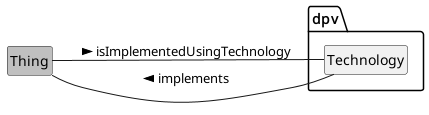
Above: diagrams/overview_Technology.png in jeswr/dpv (PlantUML), before the change. Its source is kept beside it as 2.0/diagrams/plantuml/overview_Technology.plantuml. Source of this version:
```plantuml
@startuml
!include style.plantuml
left to right direction
top to bottom direction

class Thing #silver
package dpv {
	class Technology
	class Entity
}

package tech {
    class Actor
    class IntendedUse
    class Function
    class ProvisionMethod
    class CommunicationMechanism
    class Documentation
    class Capability
    class DeploymentLocation
}

Thing -- Technology: isImplementedUsingTechnology >
Technology -- Entity: isImplementedByEntity >
Technology -- Actor: hasActor >
Technology -- IntendedUse: hasIntendedUse >
Technology -- Function: hasFunction >
Technology -- ProvisionMethod: hasProvisionMethod >
Technology -- CommunicationMechanism: hasCommunicationMechanism >
Technology -- Documentation: hasDocumentation >
Technology -- Capability: hasCapability >
Technology -- DeploymentLocation: hasDeploymentLocation >

@enduml
```
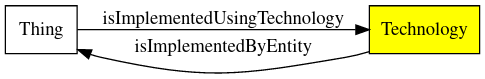
Later version of the same file.

Diff of the diagram source:
```diff
@@ -1,34 +1,13 @@
 @startuml
 !include style.plantuml
 left to right direction
-top to bottom direction
 
 class Thing #silver
 package dpv {
 	class Technology
-	class Entity
 }
+Thing -- Technology: isImplementedUsingTechnology >
+Technology -- Thing: implements >
 
-package tech {
-    class Actor
-    class IntendedUse
-    class Function
-    class ProvisionMethod
-    class CommunicationMechanism
-    class Documentation
-    class Capability
-    class DeploymentLocation
-}
-
-Thing -- Technology: isImplementedUsingTechnology >
-Technology -- Entity: isImplementedByEntity >
-Technology -- Actor: hasActor >
-Technology -- IntendedUse: hasIntendedUse >
-Technology -- Function: hasFunction >
-Technology -- ProvisionMethod: hasProvisionMethod >
-Technology -- CommunicationMechanism: hasCommunicationMechanism >
-Technology -- Documentation: hasDocumentation >
-Technology -- Capability: hasCapability >
-Technology -- DeploymentLocation: hasDeploymentLocation >
 
 @enduml
```
